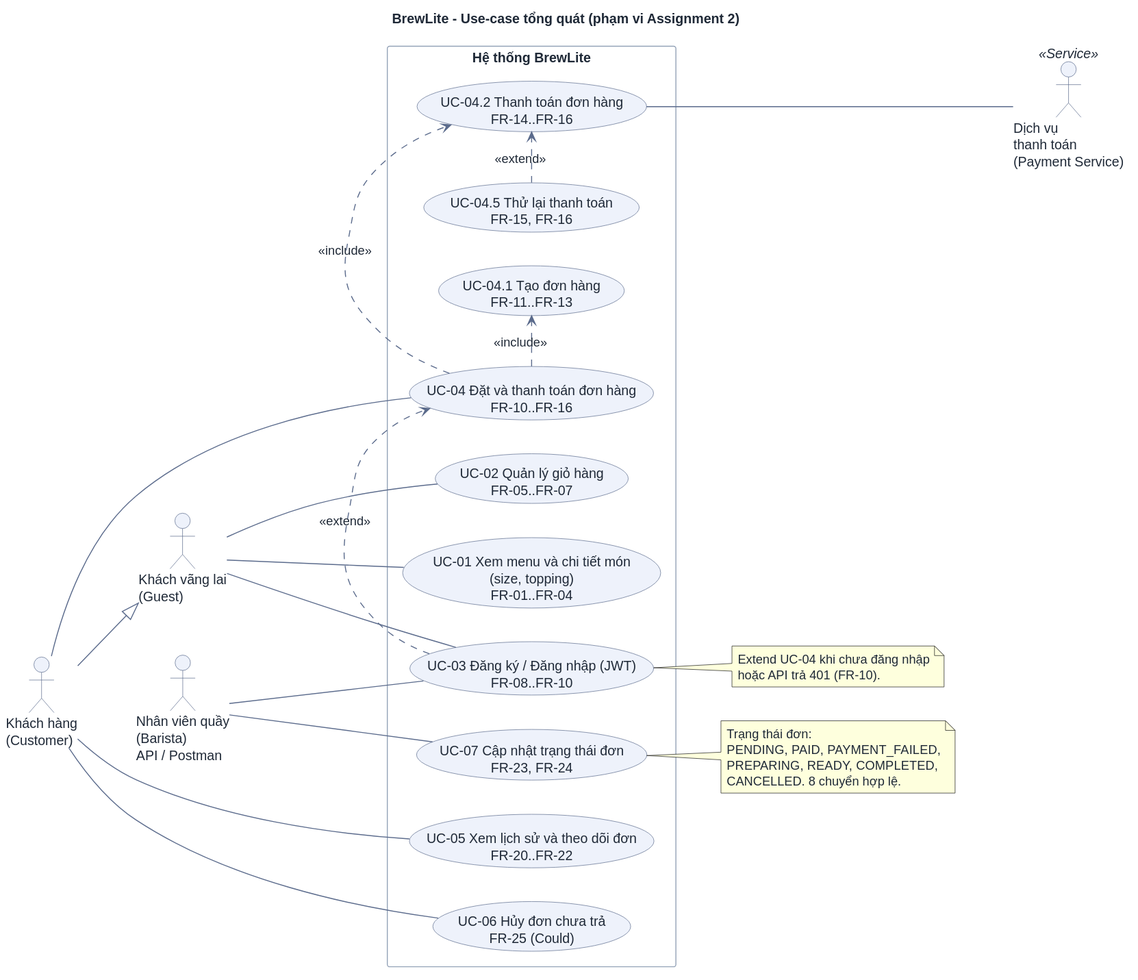
Before: docs/requirements/use-case-overview.svg, a diagram exported from PlantUML (DuVinhLoi/BrewLite).
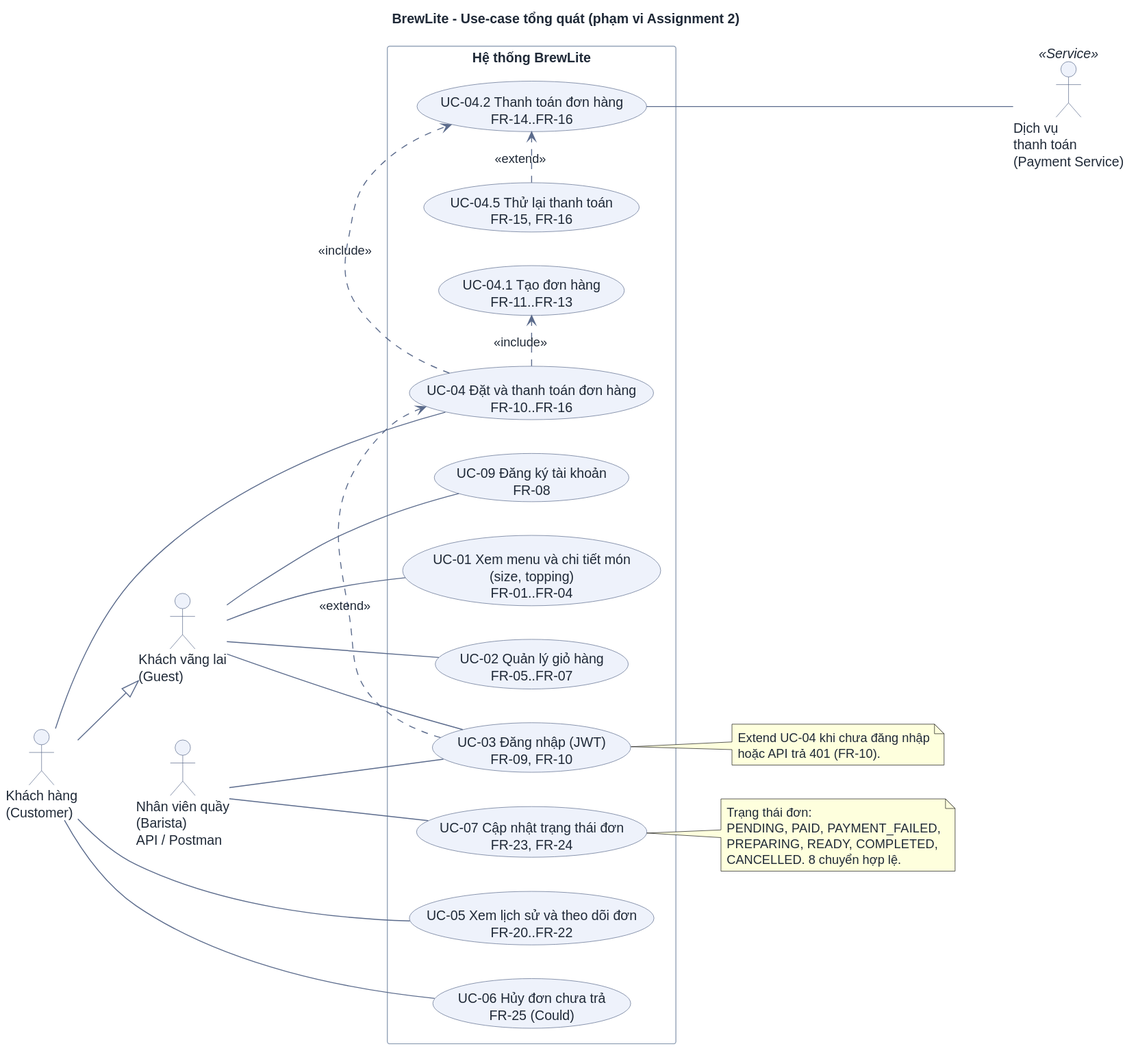
Above is the later version.

The edit, as a diff of the source:
```diff
@@ -26,7 +26,8 @@
 rectangle "Hệ thống BrewLite" {
   usecase "UC-01 Xem menu và chi tiết món\n(size, topping)\nFR-01..FR-04" as UC01
   usecase "UC-02 Quản lý giỏ hàng\nFR-05..FR-07" as UC02
-  usecase "UC-03 Đăng ký / Đăng nhập (JWT)\nFR-08..FR-10" as UC03
+  usecase "UC-03 Đăng nhập (JWT)\nFR-09, FR-10" as UC03
+  usecase "UC-09 Đăng ký tài khoản\nFR-08" as UC09
   usecase "UC-04 Đặt và thanh toán đơn hàng\nFR-10..FR-16" as UC04
   usecase "UC-04.1 Tạo đơn hàng\nFR-11..FR-13" as UC041
   usecase "UC-04.2 Thanh toán đơn hàng\nFR-14..FR-16" as UC042
@@ -39,6 +40,7 @@
 Guest --- UC01
 Guest --- UC02
 Guest --- UC03
+Guest --- UC09
 
 Customer --- UC04
 Customer --- UC05
```
